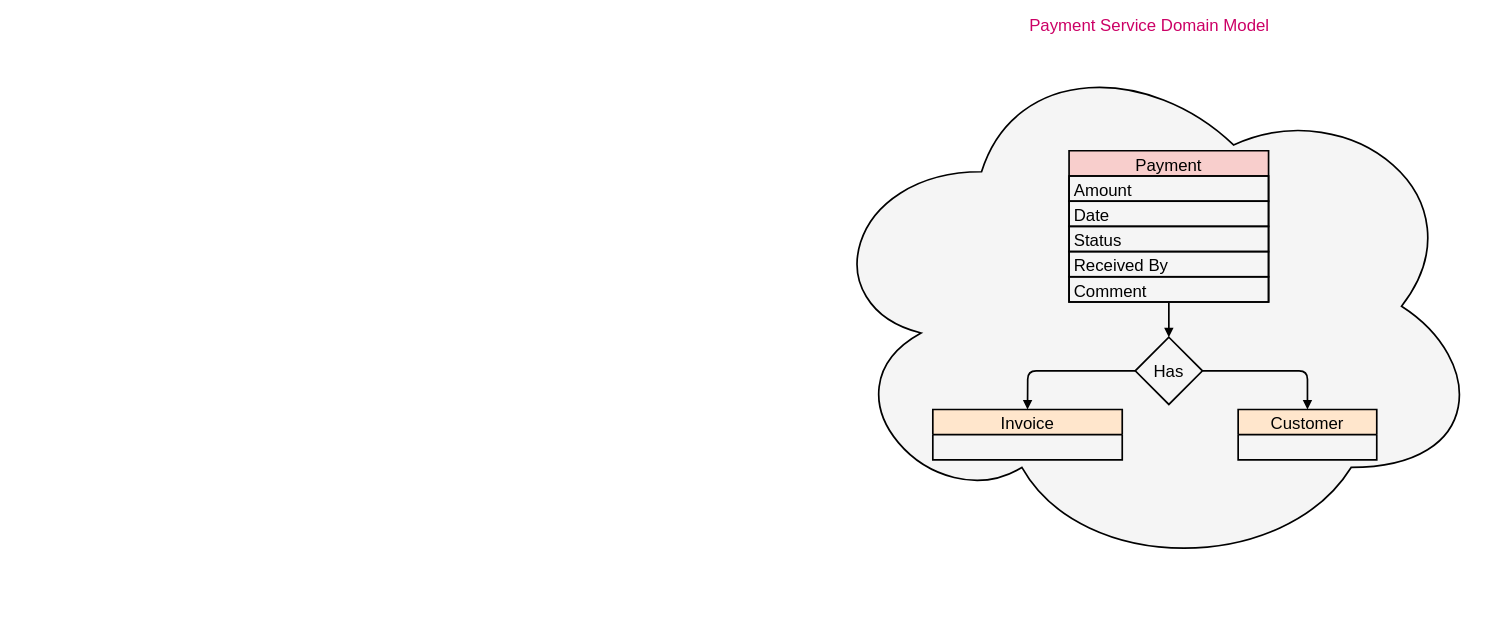
Earlier version of the draw.io diagram docs/diagram/payment_service_domain_model.drawio (dudhwalas/dudhwala). Source tidied: cells renumbered, new cells numbered last; positions are measured from the earlier drawing's top-left corner, leaving out a move shared by most shapes. Both pictures are drawn from the tidied source at 84%, with x=0, y=0 at pixel (813, 37).
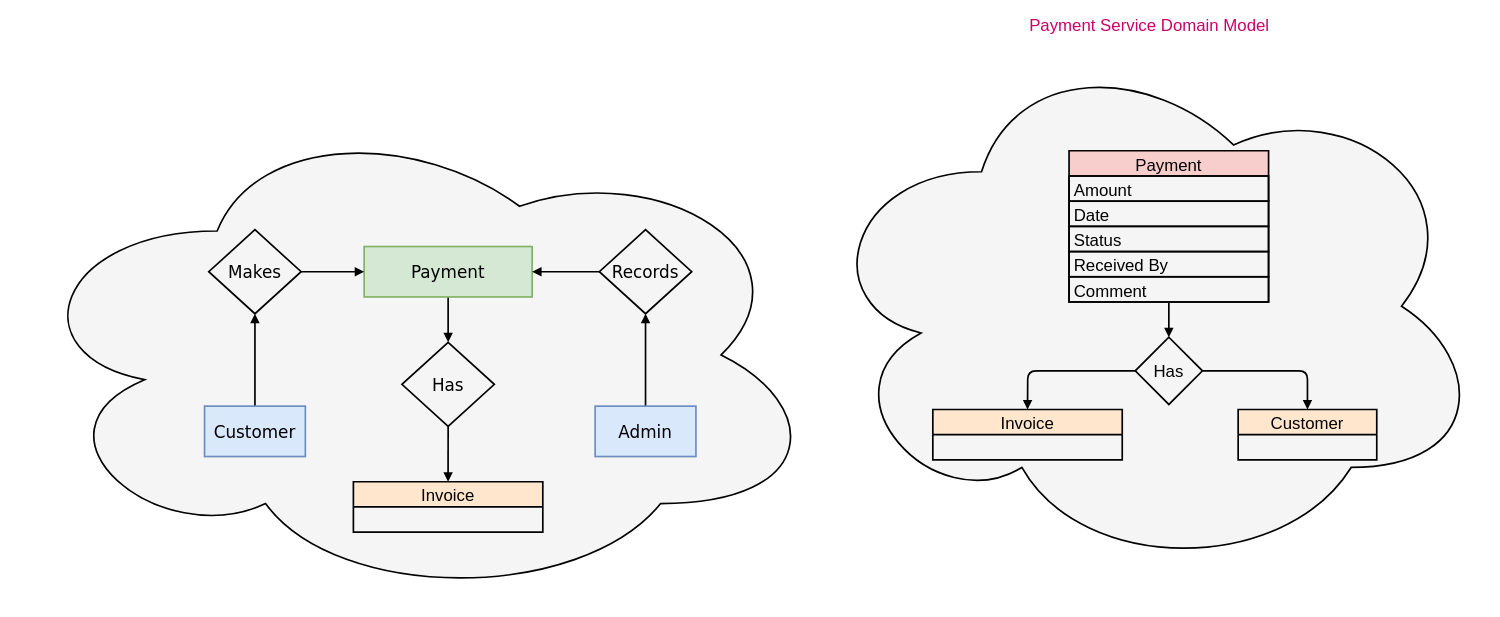
After the change.

Commit message (it also covers changes not shown here):
added product catalog service specs

Diff of the diagram source:
```diff
@@
+    <mxCell id="15" style="ellipse;shape=cloud;whiteSpace=wrap;html=1;fillColor=#f5f5f5;fontColor=#CC0066;strokeColor=#000000;strokeWidth=2;labelPosition=center;verticalLabelPosition=top;align=center;verticalAlign=bottom;fontSize=20;" parent="1" vertex="1">
+      <mxGeometry x="-950" y="83" width="960" height="590" as="geometry" />
+    </mxCell>
+    <mxCell id="16" value="Invoice" style="swimlane;fontStyle=0;horizontal=1;startSize=30;fillColor=#ffe6cc;strokeColor=#000000;fontSize=20;strokeWidth=2;" parent="1" vertex="1">
+      <mxGeometry x="-547.8" y="529" width="225.5" height="60" as="geometry" />
+    </mxCell>
+    <mxCell id="17" style="edgeStyle=none;html=1;exitX=0.5;exitY=1;exitDx=0;exitDy=0;entryX=0.5;entryY=0;entryDx=0;entryDy=0;strokeWidth=2;endArrow=block;endFill=1;" parent="1" edge="1" source="18" target="20">
+      <mxGeometry relative="1" as="geometry" />
+    </mxCell>
+    <mxCell id="18" value="Payment" style="rounded=0;whiteSpace=wrap;html=1;labelBackgroundColor=none;labelBorderColor=none;spacing=0;fontSize=20;fillColor=#d5e8d4;strokeColor=#82b366;sketch=0;glass=0;fontFamily=Verdana;strokeWidth=2;" parent="1" vertex="1">
+      <mxGeometry x="-535" y="249" width="200" height="60" as="geometry" />
+    </mxCell>
+    <mxCell id="19" style="edgeStyle=none;html=1;exitX=0.5;exitY=1;exitDx=0;exitDy=0;entryX=0.5;entryY=0;entryDx=0;entryDy=0;endArrow=block;endFill=1;strokeWidth=2;" parent="1" edge="1" source="20" target="16">
+      <mxGeometry relative="1" as="geometry" />
+    </mxCell>
+    <mxCell id="20" value="Has" style="rhombus;whiteSpace=wrap;html=1;fontSize=20;fillColor=none;strokeWidth=2;strokeColor=#000000;fontFamily=Verdana;" parent="1" vertex="1">
+      <mxGeometry x="-490" y="363" width="110" height="100" as="geometry" />
+    </mxCell>
+    <mxCell id="21" style="edgeStyle=none;html=1;exitX=0.5;exitY=0;exitDx=0;exitDy=0;entryX=0.5;entryY=1;entryDx=0;entryDy=0;endArrow=block;endFill=1;strokeWidth=2;" parent="1" edge="1" source="22" target="26">
+      <mxGeometry relative="1" as="geometry" />
+    </mxCell>
+    <mxCell id="22" value="Customer" style="rounded=0;whiteSpace=wrap;html=1;labelBackgroundColor=none;labelBorderColor=none;spacing=0;fontSize=20;fillColor=#dae8fc;strokeColor=#6c8ebf;sketch=0;glass=0;fontFamily=Verdana;strokeWidth=2;" parent="1" vertex="1">
+      <mxGeometry x="-725" y="439" width="120" height="60" as="geometry" />
+    </mxCell>
+    <mxCell id="23" style="edgeStyle=none;html=1;exitX=0.5;exitY=0;exitDx=0;exitDy=0;entryX=0.5;entryY=1;entryDx=0;entryDy=0;endArrow=block;endFill=1;strokeWidth=2;" parent="1" edge="1" source="24" target="28">
+      <mxGeometry relative="1" as="geometry" />
+    </mxCell>
+    <mxCell id="24" value="Admin" style="rounded=0;whiteSpace=wrap;html=1;labelBackgroundColor=none;labelBorderColor=none;spacing=0;fontSize=20;fillColor=#dae8fc;strokeColor=#6c8ebf;sketch=0;glass=0;fontFamily=Verdana;strokeWidth=2;" parent="1" vertex="1">
+      <mxGeometry x="-260" y="439" width="120" height="60" as="geometry" />
+    </mxCell>
+    <mxCell id="25" style="edgeStyle=none;html=1;exitX=1;exitY=0.5;exitDx=0;exitDy=0;entryX=0;entryY=0.5;entryDx=0;entryDy=0;endArrow=block;endFill=1;strokeWidth=2;" parent="1" edge="1" source="26" target="18">
+      <mxGeometry relative="1" as="geometry" />
+    </mxCell>
+    <mxCell id="26" value="Makes" style="rhombus;whiteSpace=wrap;html=1;fontSize=20;fillColor=none;strokeWidth=2;strokeColor=#000000;fontFamily=Verdana;" parent="1" vertex="1">
+      <mxGeometry x="-720" y="229" width="110" height="100" as="geometry" />
+    </mxCell>
+    <mxCell id="27" style="edgeStyle=none;html=1;exitX=0;exitY=0.5;exitDx=0;exitDy=0;entryX=1;entryY=0.5;entryDx=0;entryDy=0;endArrow=block;endFill=1;strokeWidth=2;" parent="1" edge="1" source="28" target="18">
+      <mxGeometry relative="1" as="geometry" />
+    </mxCell>
+    <mxCell id="28" value="Records" style="rhombus;whiteSpace=wrap;html=1;fontSize=20;fillColor=none;strokeWidth=2;strokeColor=#000000;fontFamily=Verdana;" parent="1" vertex="1">
+      <mxGeometry x="-255" y="229" width="110" height="100" as="geometry" />
+    </mxCell>
```
